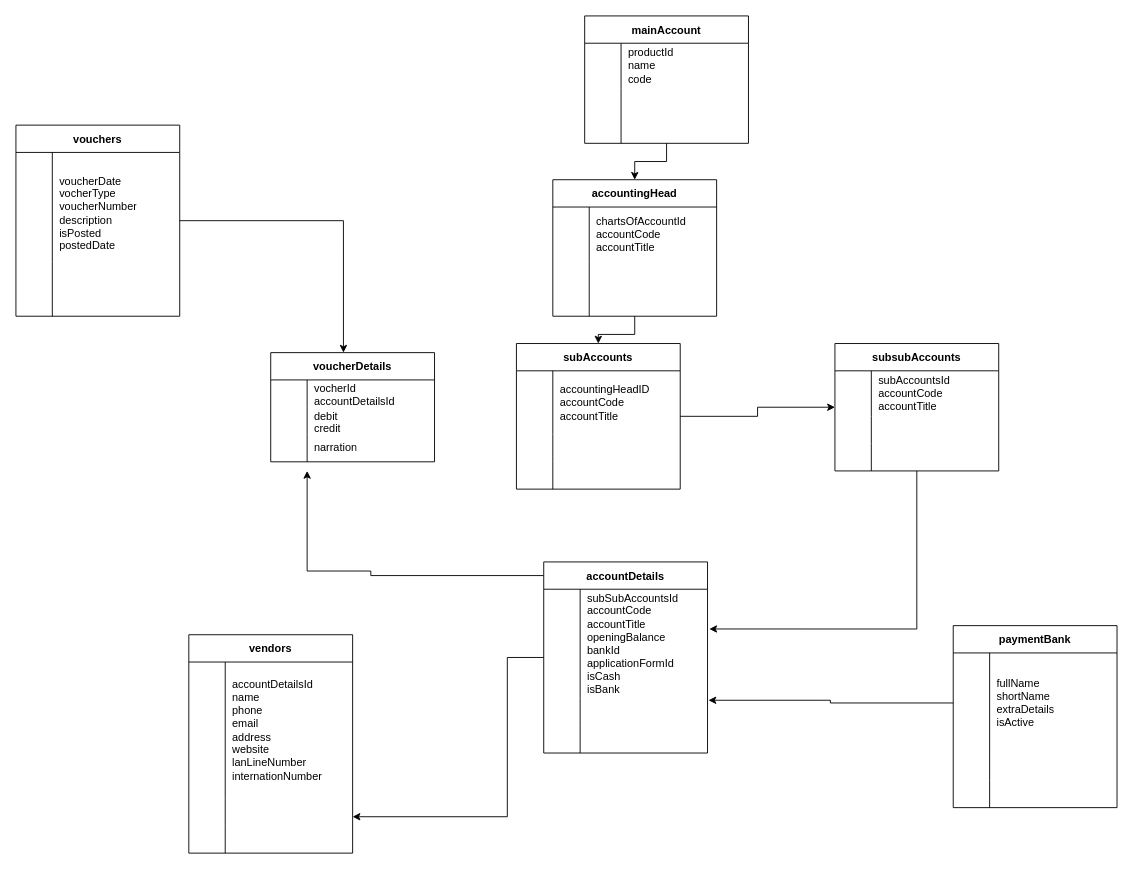
The draw.io diagram recievable.drawio in zaryabali786/erdDiagram, before the edit. Source tidied: cells renumbered, new cells numbered last; positions are measured from the earlier drawing's top-left corner, leaving out a move shared by most shapes. Both pictures are drawn from the tidied source at 91%, with x=0, y=0 at pixel (15, 15).
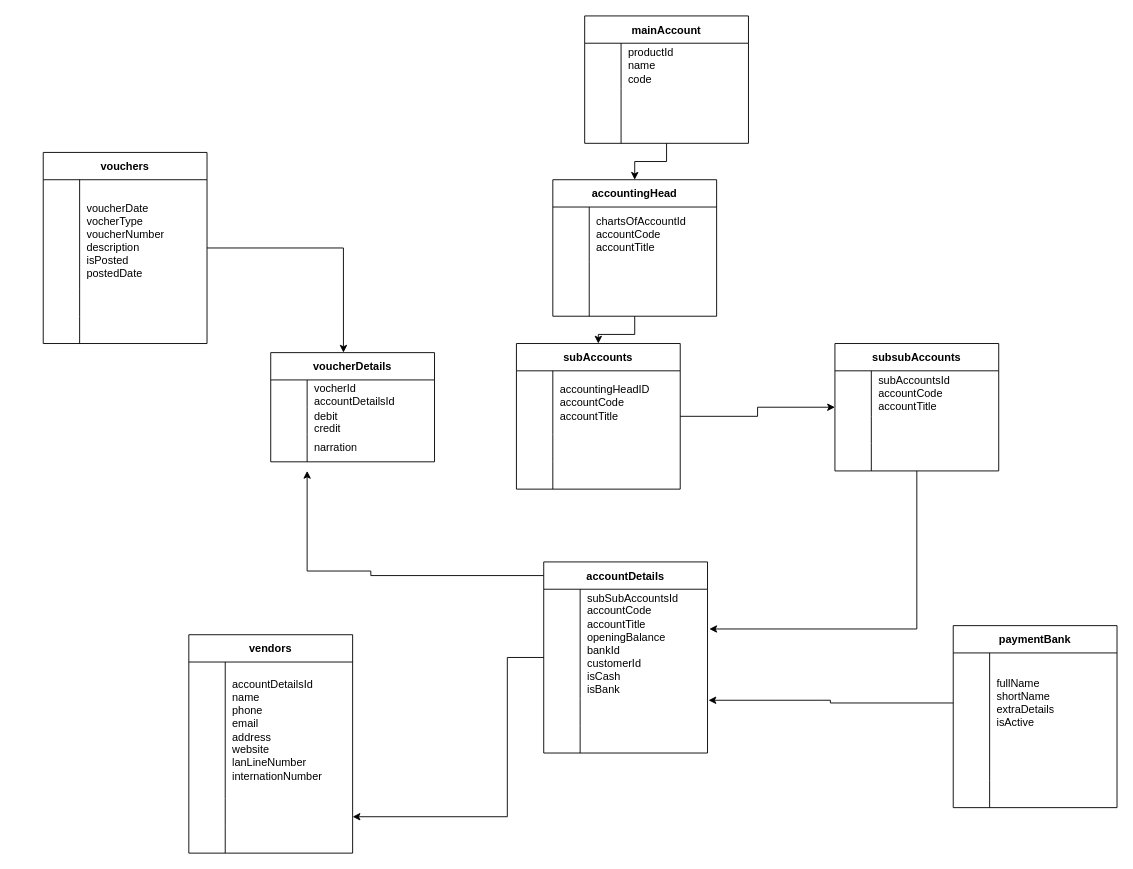
The same diagram, later.

The change refers to these unchanged cells:
```xml
<mxCell id="49" style="shape=tableRow;horizontal=0;startSize=0;swimlaneHead=0;swimlaneBody=0;top=0;left=0;bottom=0;right=0;fillColor=none;points=[[0,0.5],[1,0.5]];portConstraint=eastwest;" parent="48" vertex="1">
  <mxGeometry y="30" width="180" height="120" as="geometry" />
</mxCell>
```

Diff of the diagram source:
```diff
@@
-    <mxCell id="51" value="subSubAccountsId&lt;br&gt;accountCode&lt;br&gt;accountTitle&lt;br&gt;openingBalance&lt;br&gt;bankId&lt;br&gt;applicationFormId&lt;br&gt;isCash&lt;br&gt;isBank" style="shape=partialRectangle;html=1;whiteSpace=wrap;fillColor=none;top=0;left=0;bottom=0;right=0;align=left;spacingLeft=6;overflow=hidden;" parent="49" vertex="1">
+    <mxCell id="51" value="subSubAccountsId&lt;br&gt;accountCode&lt;br&gt;accountTitle&lt;br&gt;openingBalance&lt;br&gt;bankId&lt;br&gt;customerId&lt;br&gt;isCash&lt;br&gt;isBank" style="shape=partialRectangle;html=1;whiteSpace=wrap;fillColor=none;top=0;left=0;bottom=0;right=0;align=left;spacingLeft=6;overflow=hidden;" parent="49" vertex="1">
       <mxGeometry x="40" width="140" height="120" as="geometry" />
     </mxCell>
@@
     <mxCell id="59" value="vouchers" style="shape=table;startSize=30;childLayout=tableLayout;rowLines=0;fontStyle=1;" parent="1" vertex="1">
-      <mxGeometry y="120" width="180" height="210" as="geometry" />
+      <mxGeometry x="30" y="150" width="180" height="210" as="geometry" />
     </mxCell>
```
